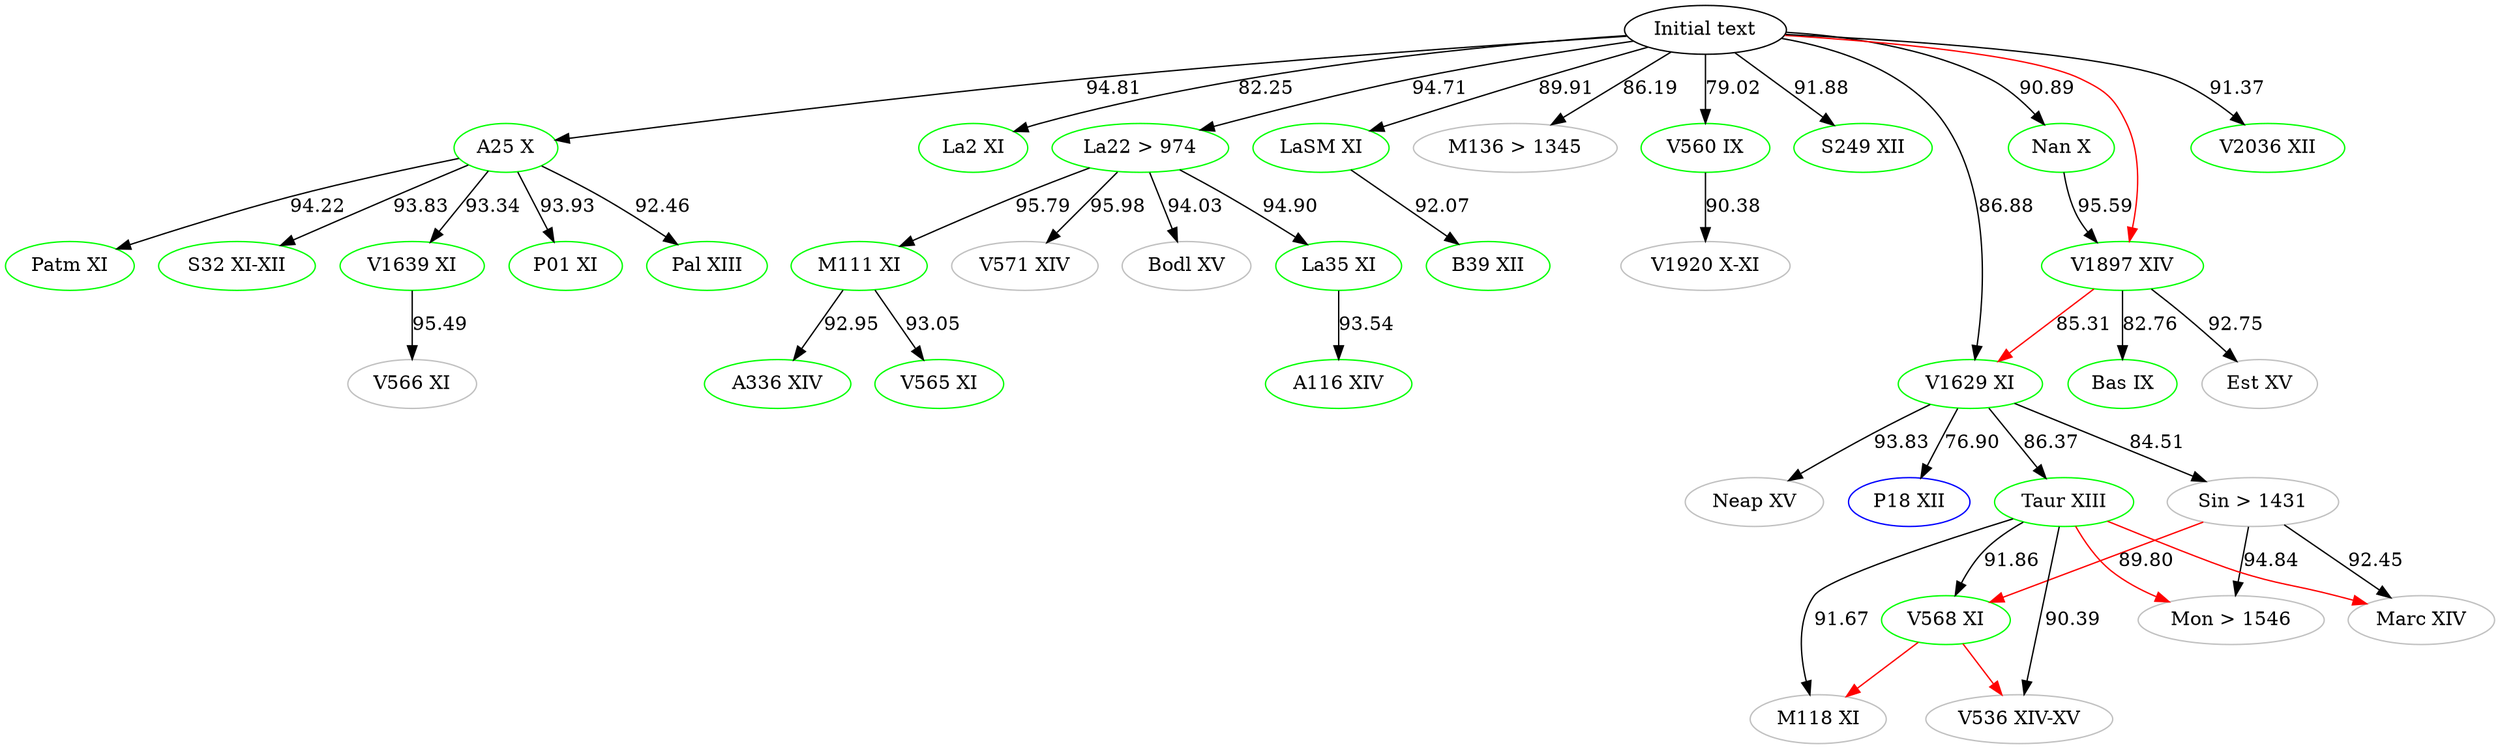
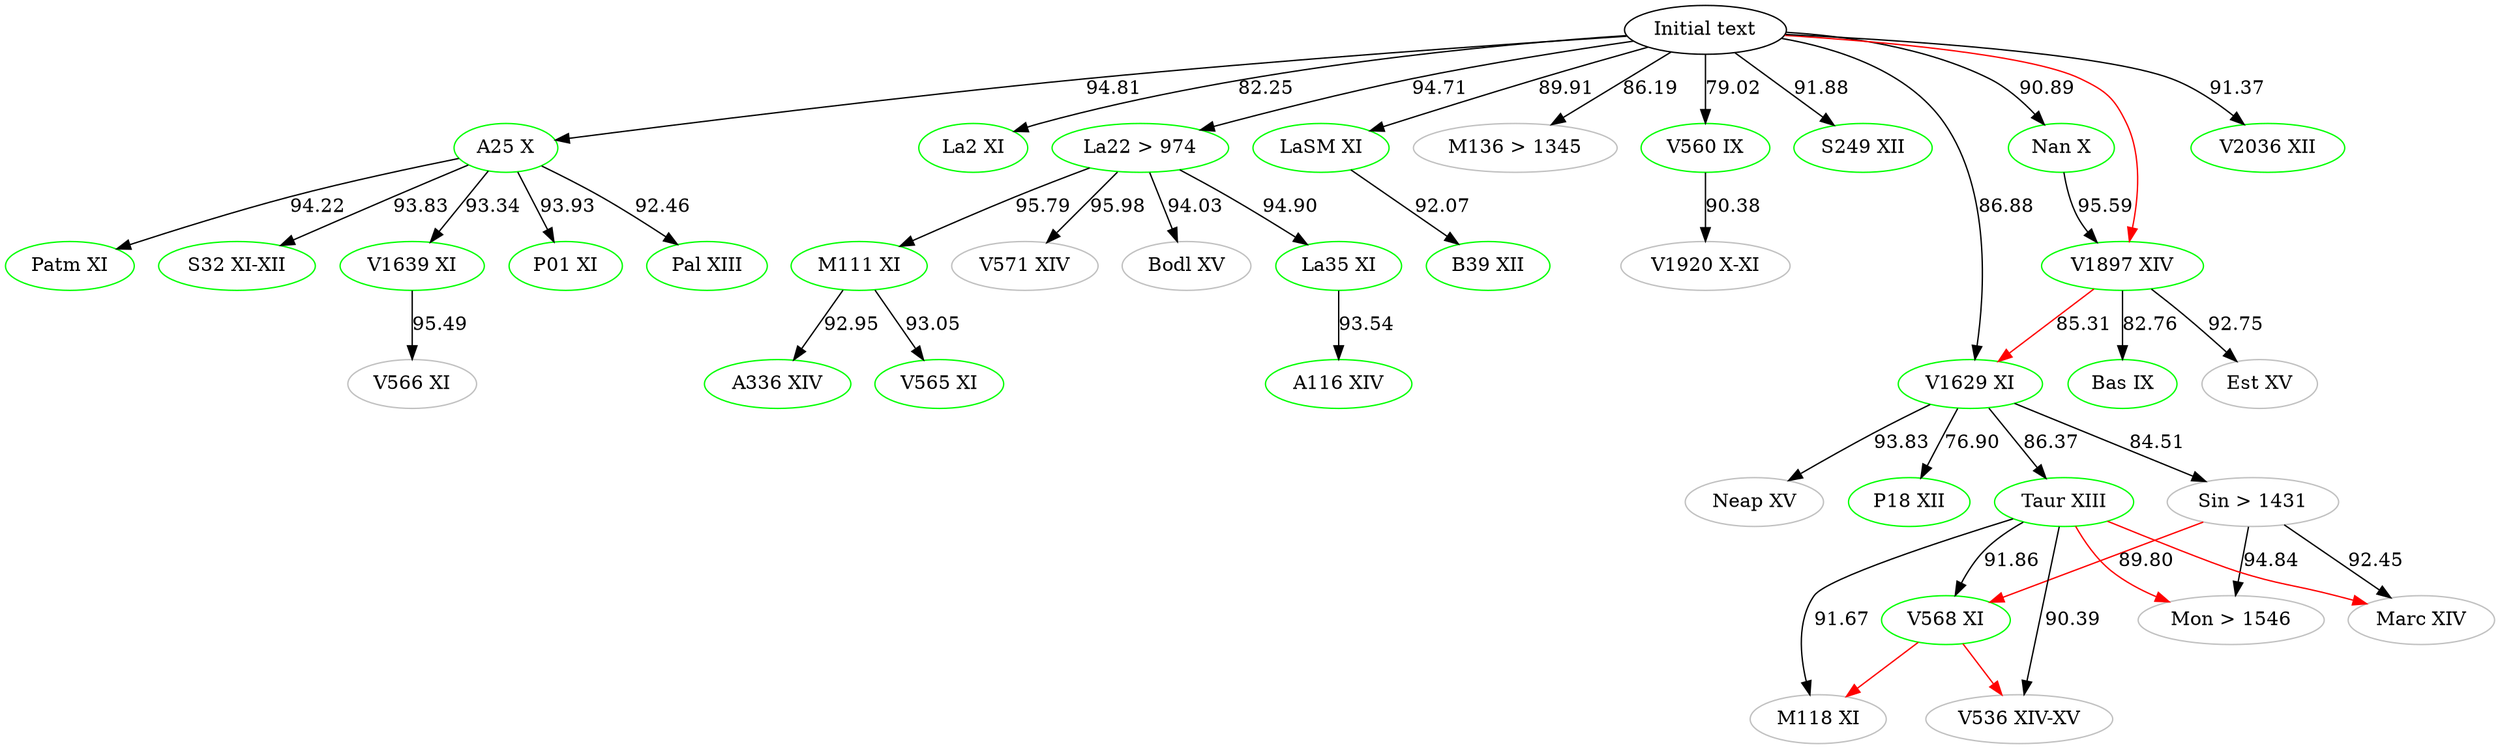
digraph {

    #Top [color="black", label="ω"]
    aBase [color="black", label="Initial text"]
    # Top [color="black", label="Initial text"]
	A116 [label="A116 XIV", color="green"]
	A25 [label="A25 X", color="green"]
	A336 [label="A336 XIV", color="green"]
	B39 [label="B39 XII", color="green"]
	Bas [label="Bas IX", color="green"]
	Bodl [label="Bodl XV", color="grey"]
	Est [label="Est XV", color="grey"]
	La2 [label="La2 XI", color="green"]
	La22 [label="La22 > 974", color="green"]
	La35 [label="La35 XI", color="green"]
	LaSM [label="LaSM XI", color="green"]
	M111 [label="M111 XI", color="green"]
    M118 [label="M118 XI", color="grey"]
    M136 [label="M136 > 1345", color="grey"]
    Marc [label="Marc XIV", color="grey"]
    Mon [label="Mon > 1546", color="grey"]
	Nan [label="Nan X", color="green"]
    Neap [label="Neap XV", color="grey"]
    P01 [label="P01 XI", color="green"]
-     P18 [label="P18 XII", color="blue"]
+     P18 [label="P18 XII", color="green"]
	Pal [label="Pal XIII", color="green"]
	Patm [label="Patm XI", color="green"]
    Sin [label="Sin > 1431", color="grey"]
	S32 [label="S32 XI-XII", color="green"]
    S249 [label="S249 XII", color="green"]
    Taur [label="Taur XIII", color="green"]
    V536 [label="V536 XIV-XV", color="grey"]
	V560 [label="V560 IX", color="green"]
	V565 [label="V565 XI", color="green"]
	V566 [label="V566 XI", color="grey"]
	V568 [label="V568 XI", color="green"]
	V571 [label="V571 XIV", color="grey"]
    V1629 [label="V1629 XI", color="green"]
	V1639 [label="V1639 XI", color="green"]
	V1897 [label="V1897 XIV", color="green"]
	V1920 [label="V1920 X-XI", color="grey"]
    V2036 [label="V2036 XII", color="green"]




    #Top -> aBase
    aBase -> A25 [label="94.81"]
    aBase -> M136 [label="86.19"]
    aBase -> V2036 [label="91.37"]
    # V2036 -> Patm [label="91.14", color="blue"]
    aBase -> V1629 [label="86.88"]
    aBase -> V560[label="79.02"]
    aBase -> La2 [label="82.25"]
    aBase -> S249 [label="91.88"]
    aBase -> LaSM [label="89.91"]
	aBase -> La22 [label="94.71"]
    aBase -> Nan [label="90.89"]

	# A25 -> M136 [label="85.50"]
    # M136 -> A25 [label="85.50" color="blue"]
	A25 -> Pal [label="92.46"]
	A25 -> P01 [label="93.93"]
    A25 -> V1639 [label="93.34"]
    A25 -> S32 [label="93.83"]
    A25 -> Patm [label="94.22"]

    #A25 -> La2 [color="red"]
    #A25 -> V566[color="red"]
    #A25 -> LaSM[color="red"]
    #A25 -> La22[color="red"]
    #A25 -> M136[color="red"]
    #A25 -> Nan[color="red"]
    #A25 -> S249[color="red"]
    #A25 -> V2036[color="red"]

    #aBase -> P01 [color="red"]
    #aBase -> Pal [color="red"]
    #aBase -> Patm [color="red"]
    #aBase -> La35[color="red"]
    #aBase -> B39[color="red"]
    #aBase -> V1920[color="red"]
    aBase -> V1897[color="red"]
    #aBase -> Neap[color="red"]

    #Bodl -> V1639[color="red"]
    #Patm -> S32[color="red"]
    #Patm -> V560[color="red"]

    #La22 -> A116[color="red"]
    #La22 -> V565[color="red"]
    #La22 -> A336[color="red"]

    Taur -> Mon[color="red"]
    Taur -> Marc[color="red"]

    Sin -> V568[label="89.80" color="red"]

    V568 -> V536[color="red"]
    V568 -> M118[color="red"]

    #V571 -> Bodl[color="red"]
    #M111 -> V571[color="red"]
    #La35 -> M111[color="red"]
    V1897 -> V1629[label="85.31" color="red"]
    #Nan -> Bas[color="red"]
    #Nan -> Est[color="red"]
    #Neap -> Taur[color="red"]
    #Neap -> Sin[color="red"]
   #Neap -> P18[color="red"]




	V1639 -> V566 [label="95.49"]

	La22 -> La35 [label= "94.90"]
	La22 -> M111 [label="95.79"]
	La22 -> Bodl [label="94.03"]
    La22 -> V571 [label="95.98"]

	La35 -> A116 [label="93.54"]

	M111 -> V565 [label="93.05"]
	M111 -> A336 [label="92.95"]



	Sin -> Marc [label="92.45"]

	V1629 -> Neap [label="93.83"]
	V1629 -> Sin [label="84.51"]
	V1629 -> Taur [label="86.37"]
    V1629 -> P18 [label="76.90"]

	Taur -> V568 [label="91.86"]
	Taur -> M118 [label="91.67"]
	Taur -> V536 [label="90.39"]
    # Taur -> Marc [color="blue" label="91.96"]
    # Marc -> Mon [color="blue" label="94.12"]
	Sin -> Mon [label="94.84"]

	V560 -> V1920 [label="90.38"]

	V1897 -> Est [label="92.75"]
    V1897 -> Bas [label="82.76"]

    Nan -> V1897 [label="95.59"]



    LaSM -> B39 [label="92.07"]



}

